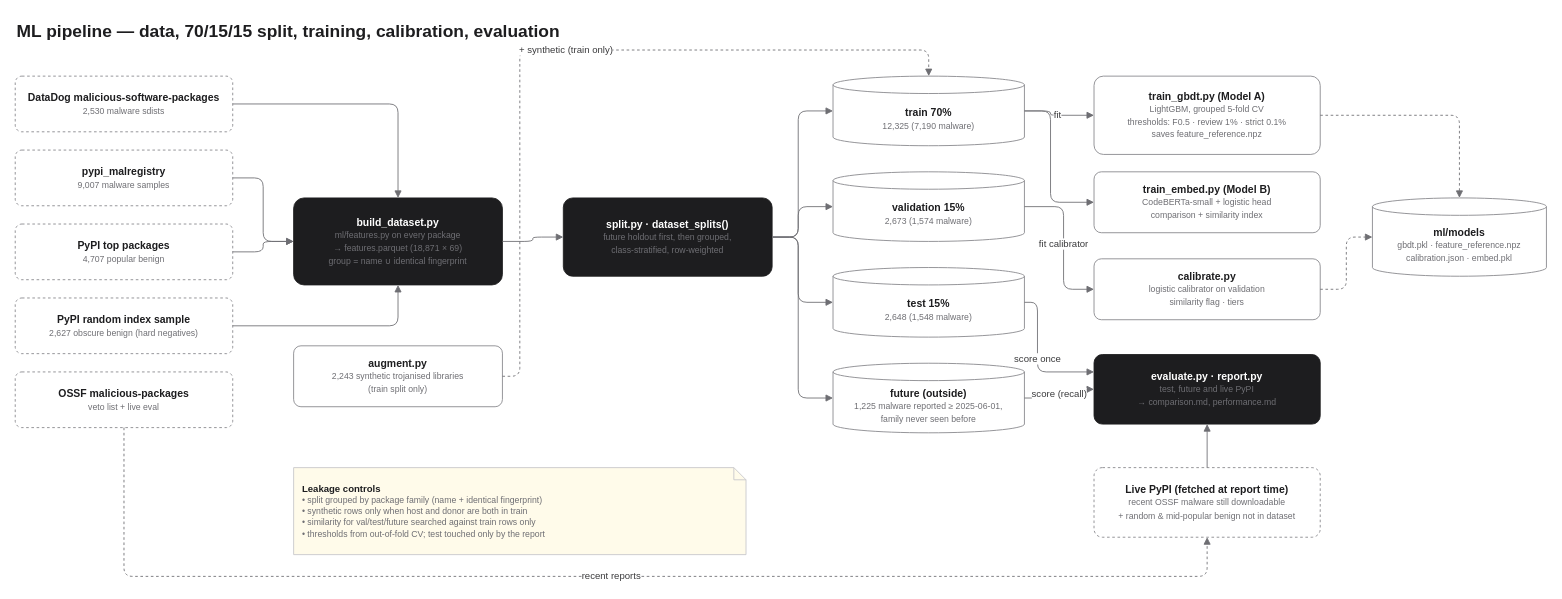
Before: ml-pipeline.drawio in coxMita/packeges-chatbot, a draw.io diagram. Source tidied: cells renumbered, new cells numbered last; positions are measured from the earlier drawing's top-left corner, leaving out a move shared by most shapes. Both pictures are drawn from the tidied source at 87%, with x=0, y=0 at pixel (15, 15).
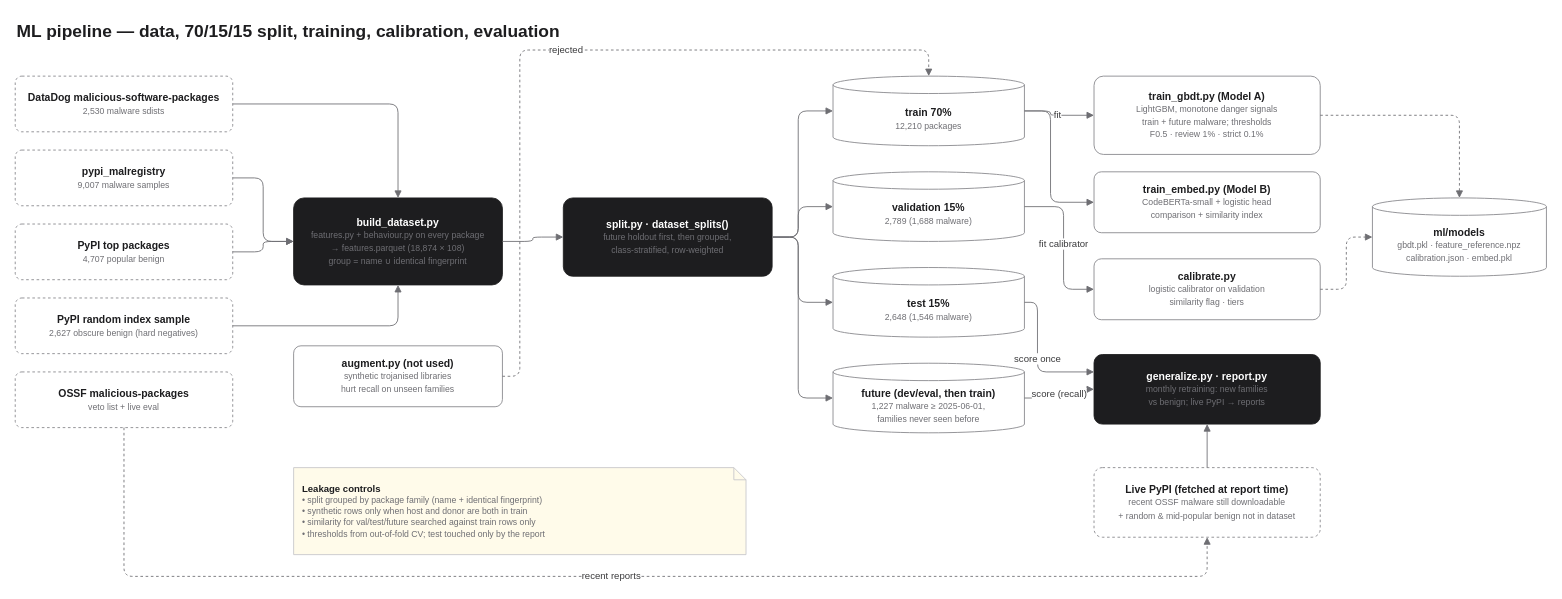
The same page after the edit.

Change to the diagram source:
```diff
@@
-    <mxCell id="8" value="&lt;b&gt;build_dataset.py&lt;/b&gt;&lt;br&gt;&lt;font style='font-size:10px' color='#6E6E73'&gt;ml/features.py on every package&lt;/font&gt;&lt;br&gt;&lt;font style='font-size:10px' color='#6E6E73'&gt;→ features.parquet (18,871 × 69)&lt;/font&gt;&lt;br&gt;&lt;font style='font-size:10px' color='#6E6E73'&gt;group = name ∪ identical fingerprint&lt;/font&gt;" style="rounded=1;whiteSpace=wrap;html=1;arcSize=12;fillColor=#1D1D1F;strokeColor=#1D1D1F;fontColor=#FFFFFF;fontFamily=Helvetica;fontSize=12;" parent="1" vertex="1">
+    <mxCell id="8" value="&lt;b&gt;build_dataset.py&lt;/b&gt;&lt;br&gt;&lt;font style='font-size:10px' color='#6E6E73'&gt;features.py + behaviour.py on every package&lt;/font&gt;&lt;br&gt;&lt;font style='font-size:10px' color='#6E6E73'&gt;→ features.parquet (18,874 × 108)&lt;/font&gt;&lt;br&gt;&lt;font style='font-size:10px' color='#6E6E73'&gt;group = name ∪ identical fingerprint&lt;/font&gt;" style="rounded=1;whiteSpace=wrap;html=1;arcSize=12;fillColor=#1D1D1F;strokeColor=#1D1D1F;fontColor=#FFFFFF;fontFamily=Helvetica;fontSize=12;" parent="1" vertex="1">
       <mxGeometry x="320" y="210" width="240" height="100" as="geometry" />
     </mxCell>
@@
-    <mxCell id="13" value="&lt;b&gt;augment.py&lt;/b&gt;&lt;br&gt;&lt;font style='font-size:10px' color='#6E6E73'&gt;2,243 synthetic trojanised libraries&lt;/font&gt;&lt;br&gt;&lt;font style='font-size:10px' color='#6E6E73'&gt;(train split only)&lt;/font&gt;" style="rounded=1;whiteSpace=wrap;html=1;arcSize=12;fillColor=#FFFFFF;strokeColor=#86868B;fontFamily=Helvetica;fontSize=12;fontColor=#1D1D1F;" parent="1" vertex="1">
+    <mxCell id="13" value="&lt;b&gt;augment.py (not used)&lt;/b&gt;&lt;br&gt;&lt;font style='font-size:10px' color='#6E6E73'&gt;synthetic trojanised libraries&lt;/font&gt;&lt;br&gt;&lt;font style='font-size:10px' color='#6E6E73'&gt;hurt recall on unseen families&lt;/font&gt;" style="rounded=1;whiteSpace=wrap;html=1;arcSize=12;fillColor=#FFFFFF;strokeColor=#86868B;fontFamily=Helvetica;fontSize=12;fontColor=#1D1D1F;" parent="1" vertex="1">
       <mxGeometry x="320" y="380" width="240" height="70" as="geometry" />
     </mxCell>
@@
-    <mxCell id="16" value="&lt;b&gt;train 70%&lt;/b&gt;&lt;br&gt;&lt;font style='font-size:10px' color='#6E6E73'&gt;12,325 (7,190 malware)&lt;/font&gt;" style="shape=cylinder3;whiteSpace=wrap;html=1;boundedLbl=1;backgroundOutline=1;size=10;fillColor=#FFFFFF;strokeColor=#86868B;fontFamily=Helvetica;fontSize=12;fontColor=#1D1D1F;" parent="1" vertex="1">
+    <mxCell id="16" value="&lt;b&gt;train 70%&lt;/b&gt;&lt;br&gt;&lt;font style='font-size:10px' color='#6E6E73'&gt;12,210 packages&lt;/font&gt;" style="shape=cylinder3;whiteSpace=wrap;html=1;boundedLbl=1;backgroundOutline=1;size=10;fillColor=#FFFFFF;strokeColor=#86868B;fontFamily=Helvetica;fontSize=12;fontColor=#1D1D1F;" parent="1" vertex="1">
       <mxGeometry x="940" y="70" width="220" height="80" as="geometry" />
     </mxCell>
@@
-    <mxCell id="18" value="&lt;b&gt;validation 15%&lt;/b&gt;&lt;br&gt;&lt;font style='font-size:10px' color='#6E6E73'&gt;2,673 (1,574 malware)&lt;/font&gt;" style="shape=cylinder3;whiteSpace=wrap;html=1;boundedLbl=1;backgroundOutline=1;size=10;fillColor=#FFFFFF;strokeColor=#86868B;fontFamily=Helvetica;fontSize=12;fontColor=#1D1D1F;" parent="1" vertex="1">
+    <mxCell id="18" value="&lt;b&gt;validation 15%&lt;/b&gt;&lt;br&gt;&lt;font style='font-size:10px' color='#6E6E73'&gt;2,789 (1,688 malware)&lt;/font&gt;" style="shape=cylinder3;whiteSpace=wrap;html=1;boundedLbl=1;backgroundOutline=1;size=10;fillColor=#FFFFFF;strokeColor=#86868B;fontFamily=Helvetica;fontSize=12;fontColor=#1D1D1F;" parent="1" vertex="1">
       <mxGeometry x="940" y="180" width="220" height="80" as="geometry" />
     </mxCell>
@@
-    <mxCell id="20" value="&lt;b&gt;test 15%&lt;/b&gt;&lt;br&gt;&lt;font style='font-size:10px' color='#6E6E73'&gt;2,648 (1,548 malware)&lt;/font&gt;" style="shape=cylinder3;whiteSpace=wrap;html=1;boundedLbl=1;backgroundOutline=1;size=10;fillColor=#FFFFFF;strokeColor=#86868B;fontFamily=Helvetica;fontSize=12;fontColor=#1D1D1F;" parent="1" vertex="1">
+    <mxCell id="20" value="&lt;b&gt;test 15%&lt;/b&gt;&lt;br&gt;&lt;font style='font-size:10px' color='#6E6E73'&gt;2,648 (1,546 malware)&lt;/font&gt;" style="shape=cylinder3;whiteSpace=wrap;html=1;boundedLbl=1;backgroundOutline=1;size=10;fillColor=#FFFFFF;strokeColor=#86868B;fontFamily=Helvetica;fontSize=12;fontColor=#1D1D1F;" parent="1" vertex="1">
       <mxGeometry x="940" y="290" width="220" height="80" as="geometry" />
     </mxCell>
@@
-    <mxCell id="22" value="&lt;b&gt;future (outside)&lt;/b&gt;&lt;br&gt;&lt;font style='font-size:10px' color='#6E6E73'&gt;1,225 malware reported ≥ 2025-06-01,&lt;/font&gt;&lt;br&gt;&lt;font style='font-size:10px' color='#6E6E73'&gt;family never seen before&lt;/font&gt;" style="shape=cylinder3;whiteSpace=wrap;html=1;boundedLbl=1;backgroundOutline=1;size=10;fillColor=#FFFFFF;strokeColor=#86868B;fontFamily=Helvetica;fontSize=12;fontColor=#1D1D1F;" parent="1" vertex="1">
+    <mxCell id="22" value="&lt;b&gt;future (dev/eval, then train)&lt;/b&gt;&lt;br&gt;&lt;font style='font-size:10px' color='#6E6E73'&gt;1,227 malware ≥ 2025-06-01,&lt;/font&gt;&lt;br&gt;&lt;font style='font-size:10px' color='#6E6E73'&gt;families never seen before&lt;/font&gt;" style="shape=cylinder3;whiteSpace=wrap;html=1;boundedLbl=1;backgroundOutline=1;size=10;fillColor=#FFFFFF;strokeColor=#86868B;fontFamily=Helvetica;fontSize=12;fontColor=#1D1D1F;" parent="1" vertex="1">
       <mxGeometry x="940" y="400" width="220" height="80" as="geometry" />
     </mxCell>
@@
-    <mxCell id="24" value="&lt;b&gt;train_gbdt.py (Model A)&lt;/b&gt;&lt;br&gt;&lt;font style='font-size:10px' color='#6E6E73'&gt;LightGBM, grouped 5-fold CV&lt;/font&gt;&lt;br&gt;&lt;font style='font-size:10px' color='#6E6E73'&gt;thresholds: F0.5 · review 1% · strict 0.1%&lt;/font&gt;&lt;br&gt;&lt;font style='font-size:10px' color='#6E6E73'&gt;saves feature_reference.npz&lt;/font&gt;" style="rounded=1;whiteSpace=wrap;html=1;arcSize=12;fillColor=#FFFFFF;strokeColor=#86868B;fontFamily=Helvetica;fontSize=12;fontColor=#1D1D1F;" parent="1" vertex="1">
+    <mxCell id="24" value="&lt;b&gt;train_gbdt.py (Model A)&lt;/b&gt;&lt;br&gt;&lt;font style='font-size:10px' color='#6E6E73'&gt;LightGBM, monotone danger signals&lt;/font&gt;&lt;br&gt;&lt;font style='font-size:10px' color='#6E6E73'&gt;train + future malware; thresholds&lt;/font&gt;&lt;br&gt;&lt;font style='font-size:10px' color='#6E6E73'&gt;F0.5 · review 1% · strict 0.1%&lt;/font&gt;" style="rounded=1;whiteSpace=wrap;html=1;arcSize=12;fillColor=#FFFFFF;strokeColor=#86868B;fontFamily=Helvetica;fontSize=12;fontColor=#1D1D1F;" parent="1" vertex="1">
       <mxGeometry x="1240" y="70" width="260" height="90" as="geometry" />
     </mxCell>
@@
-    <mxCell id="27" value="&lt;b&gt;evaluate.py · report.py&lt;/b&gt;&lt;br&gt;&lt;font style='font-size:10px' color='#6E6E73'&gt;test, future and live PyPI&lt;/font&gt;&lt;br&gt;&lt;font style='font-size:10px' color='#6E6E73'&gt;→ comparison.md, performance.md&lt;/font&gt;" style="rounded=1;whiteSpace=wrap;html=1;arcSize=12;fillColor=#1D1D1F;strokeColor=#1D1D1F;fontColor=#FFFFFF;fontFamily=Helvetica;fontSize=12;" parent="1" vertex="1">
+    <mxCell id="27" value="&lt;b&gt;generalize.py · report.py&lt;/b&gt;&lt;br&gt;&lt;font style='font-size:10px' color='#6E6E73'&gt;monthly retraining: new families&lt;/font&gt;&lt;br&gt;&lt;font style='font-size:10px' color='#6E6E73'&gt;vs benign; live PyPI → reports&lt;/font&gt;" style="rounded=1;whiteSpace=wrap;html=1;arcSize=12;fillColor=#1D1D1F;strokeColor=#1D1D1F;fontColor=#FFFFFF;fontFamily=Helvetica;fontSize=12;" parent="1" vertex="1">
       <mxGeometry x="1240" y="390" width="260" height="80" as="geometry" />
     </mxCell>
@@
-    <mxCell id="30" value="+ synthetic (train only)" style="edgeStyle=orthogonalEdgeStyle;rounded=1;jettySize=auto;html=1;strokeColor=#6E6E73;fontColor=#3A3A3C;fontSize=11;fontFamily=Helvetica;endArrow=block;endFill=1;labelBackgroundColor=#FFFFFF;dashed=1;" parent="1" edge="1" source="13" target="16">
+    <mxCell id="30" value="rejected" style="edgeStyle=orthogonalEdgeStyle;rounded=1;jettySize=auto;html=1;strokeColor=#6E6E73;fontColor=#3A3A3C;fontSize=11;fontFamily=Helvetica;endArrow=block;endFill=1;labelBackgroundColor=#FFFFFF;dashed=1;" parent="1" edge="1" source="13" target="16">
       <mxGeometry relative="1" as="geometry">
         <Array as="points">
           <mxPoint x="580" y="415" />
           <mxPoint x="580" y="40" />
           <mxPoint x="1050" y="40" />
         </Array>
       </mxGeometry>
     </mxCell>
```
